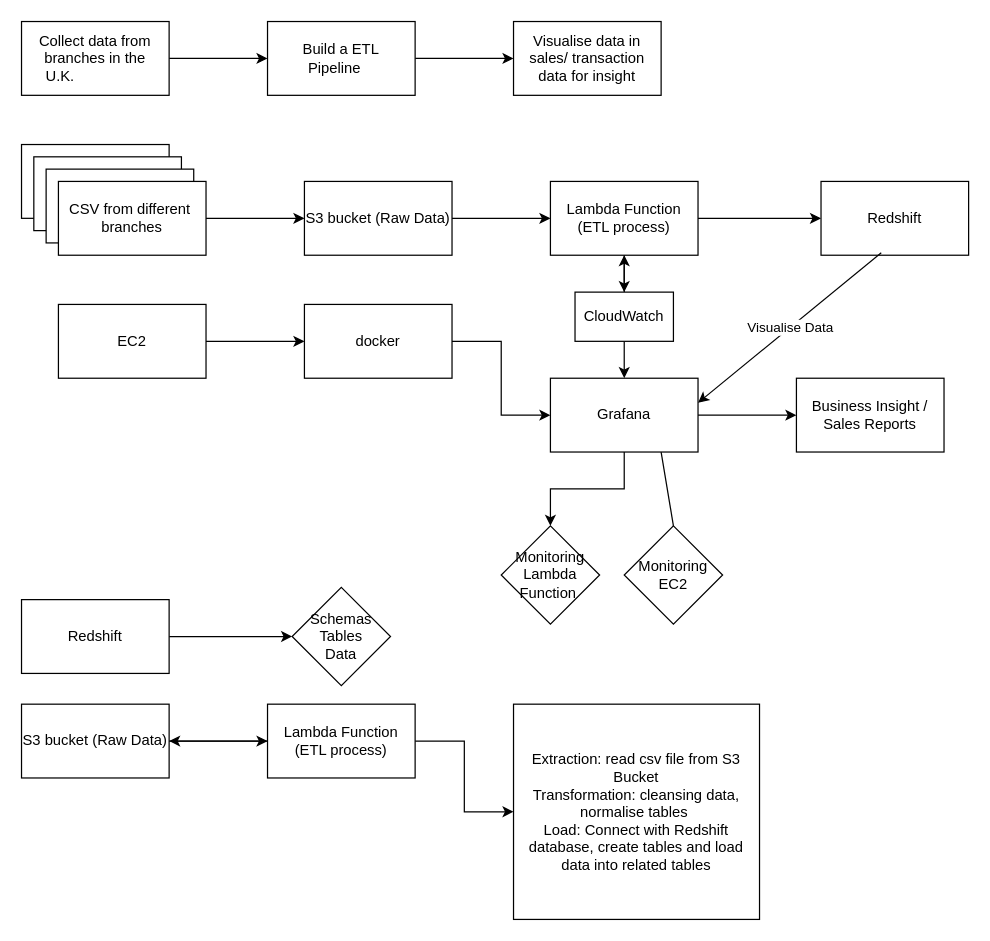
Before: Untitled Diagram.drawio in oscar5212/Cafe_Data_Management_System, a draw.io diagram. Source tidied: cells renumbered, new cells numbered last; positions are measured from the earlier drawing's top-left corner, leaving out a move shared by most shapes. Both pictures are drawn from the tidied source at 123%, with x=0, y=0 at pixel (21, 21).
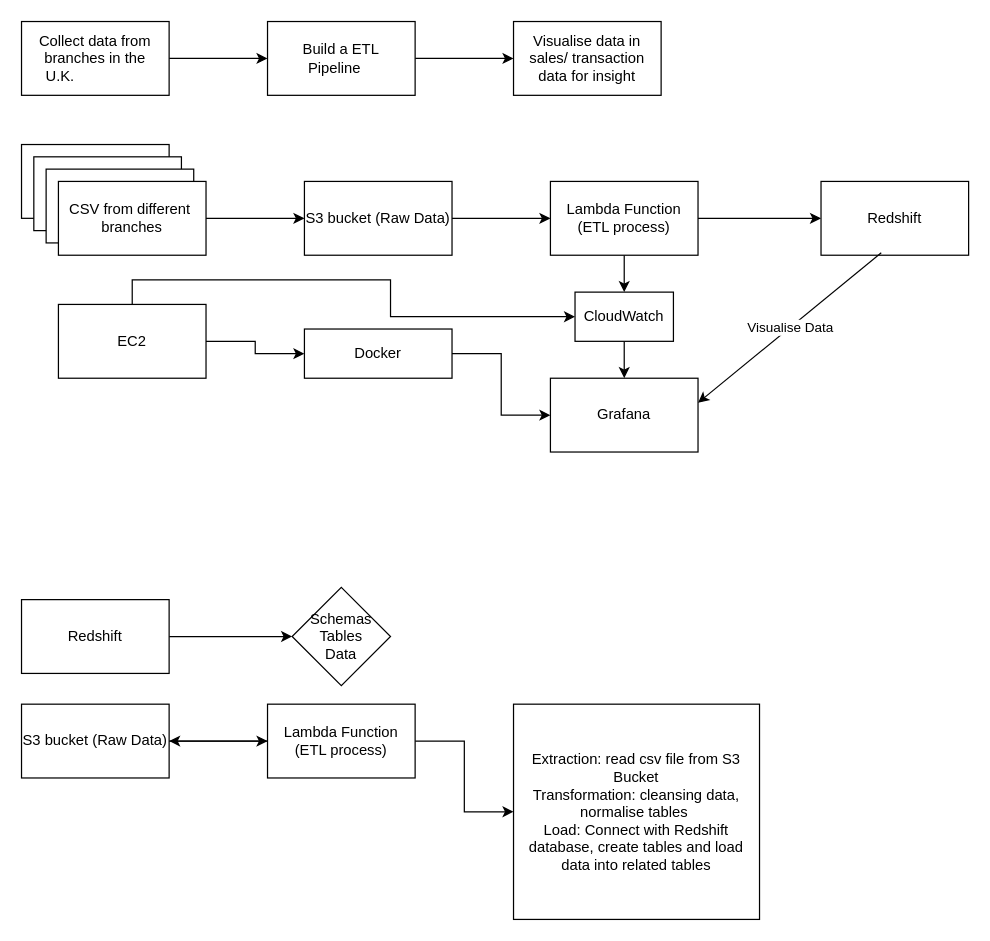
After the change.

The change refers to these unchanged cells:
```xml
<mxCell id="17" value="Lambda Function (ETL process)" style="rounded=0;whiteSpace=wrap;html=1;" parent="1" vertex="1">
  <mxGeometry x="430" y="130" width="120" height="60" as="geometry" />
</mxCell>
<mxCell id="24" value="EC2" style="rounded=0;whiteSpace=wrap;html=1;" parent="1" vertex="1">
  <mxGeometry x="30" y="230" width="120" height="60" as="geometry" />
</mxCell>
<mxCell id="29" value="Grafana" style="rounded=0;whiteSpace=wrap;html=1;" parent="1" vertex="1">
  <mxGeometry x="430" y="290" width="120" height="60" as="geometry" />
</mxCell>
<mxCell id="35" value="CloudWatch" style="rounded=0;whiteSpace=wrap;html=1;" parent="1" vertex="1">
  <mxGeometry x="450" y="220" width="80" height="40" as="geometry" />
</mxCell>
```

The edit, as a diff of the source:
```diff
@@
-    <mxCell id="26" value="docker" style="rounded=0;whiteSpace=wrap;html=1;" parent="1" vertex="1">
-      <mxGeometry x="230" y="230" width="120" height="60" as="geometry" />
+    <mxCell id="26" value="Docker" style="rounded=0;whiteSpace=wrap;html=1;" parent="1" vertex="1">
+      <mxGeometry x="230" y="250" width="120" height="40" as="geometry" />
     </mxCell>
-    <mxCell id="27" style="edgeStyle=orthogonalEdgeStyle;rounded=0;jettySize=auto;html=1;" parent="1" edge="1" source="29" target="32">
-      <mxGeometry relative="1" as="geometry">
-        <Array as="points">
-          <mxPoint x="490" y="380" />
-          <mxPoint x="430" y="380" />
-        </Array>
-      </mxGeometry>
-    </mxCell>
-    <mxCell id="28" style="edgeStyle=orthogonalEdgeStyle;rounded=0;jettySize=auto;html=1;labelBorderColor=none;" parent="1" edge="1" source="29" target="40">
-      <mxGeometry relative="1" as="geometry" />
-    </mxCell>
@@
-    <mxCell id="32" value="Monitoring&lt;br&gt;Lambda Function&amp;nbsp;" style="rhombus;whiteSpace=wrap;html=1;rounded=0;" parent="1" vertex="1">
-      <mxGeometry x="390" y="410" width="80" height="80" as="geometry" />
-    </mxCell>
-    <mxCell id="33" value="Monitoring EC2" style="rhombus;whiteSpace=wrap;html=1;" parent="1" vertex="1">
-      <mxGeometry x="490" y="410" width="80" height="80" as="geometry" />
-    </mxCell>
-    <mxCell id="34" style="edgeStyle=orthogonalEdgeStyle;rounded=0;jettySize=auto;html=1;" parent="1" edge="1" source="35" target="17">
-      <mxGeometry relative="1" as="geometry" />
-    </mxCell>
@@
-    <mxCell id="39" style="endArrow=none;html=1;rounded=0;entryX=0.5;entryY=0;entryDx=0;entryDy=0;" parent="1" edge="1" target="33">
-      <mxGeometry relative="1" as="geometry">
-        <mxPoint x="520" y="350" as="sourcePoint" />
-      </mxGeometry>
-    </mxCell>
-    <mxCell id="40" value="Business Insight / Sales Reports" style="rounded=0;whiteSpace=wrap;html=1;" parent="1" vertex="1">
-      <mxGeometry x="630" y="290" width="120" height="60" as="geometry" />
-    </mxCell>
@@
+    <mxCell id="43" style="edgeStyle=orthogonalEdgeStyle;rounded=0;jettySize=auto;html=1;labelBorderColor=none;entryX=0;entryY=0.5;entryDx=0;entryDy=0;exitX=0.5;exitY=0;exitDx=0;exitDy=0;" parent="1" edge="1" source="24" target="35">
+      <mxGeometry relative="1" as="geometry">
+        <Array as="points">
+          <mxPoint x="90" y="210" />
+          <mxPoint x="300" y="210" />
+          <mxPoint x="300" y="240" />
+        </Array>
+      </mxGeometry>
+    </mxCell>
```
